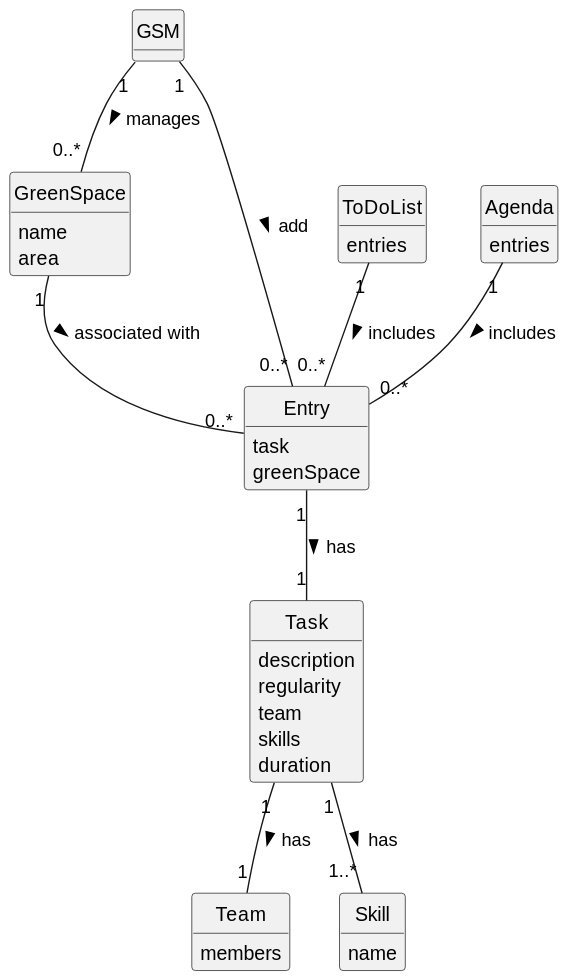
This is docs/sprintC/us022/02.analysis/svg/us022-domain-model.svg from diogoveirospro/lei-24-s2-1dg-g072, a PlantUML export, as it was before one commit.
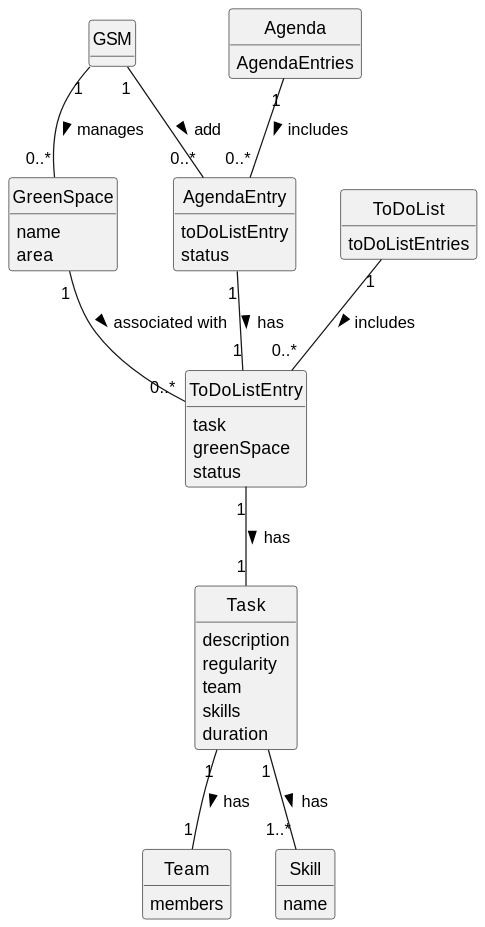
Above is the later version.

Diff of the diagram source:
```diff
@@ -18,9 +18,15 @@
   area
 }
 
-class Entry {
+class ToDoListEntry {
     task
     greenSpace
+    status
+}
+
+class AgendaEntry {
+    toDoListEntry
+    status
 }
 
 class Task {
@@ -32,11 +38,11 @@
 }
 
 class ToDoList {
-  entries
+    toDoListEntries
 }
 
 class Agenda {
-    entries
+    AgendaEntries
 }
 
 class Team {
@@ -49,11 +55,12 @@
 
 
 GSM "1" -- "0..*" GreenSpace : manages >
-GreenSpace "1" -- "0..*" Entry : associated with >
-Entry "1" -- "1" Task: has >
+GreenSpace "1" -- "0..*" ToDoListEntry : associated with >
+ToDoListEntry "1" -- "1" Task: has >
 Task "1" -- "1" Team: has >
 Task "1" -- "1..*" Skill : has >
-ToDoList "1" -- "0..*" Entry : includes >
-Agenda "1" -- "0..*" Entry : includes >
-GSM "1" -- "0..*" Entry : add >
+ToDoList "1" -- "0..*" ToDoListEntry : includes >
+Agenda "1" -- "0..*" AgendaEntry : includes >
+AgendaEntry "1" -- "1" ToDoListEntry : has >
+GSM "1" -- "0..*" AgendaEntry : add >
 @enduml
```
